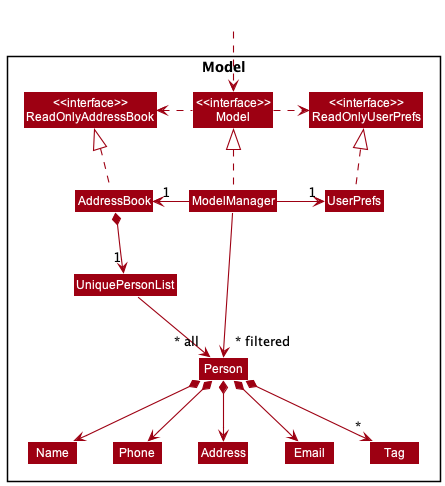
Above: docs/images/ModelClassDiagram.png in nus-cs2103-AY2223S2/tp (PlantUML), before the change.
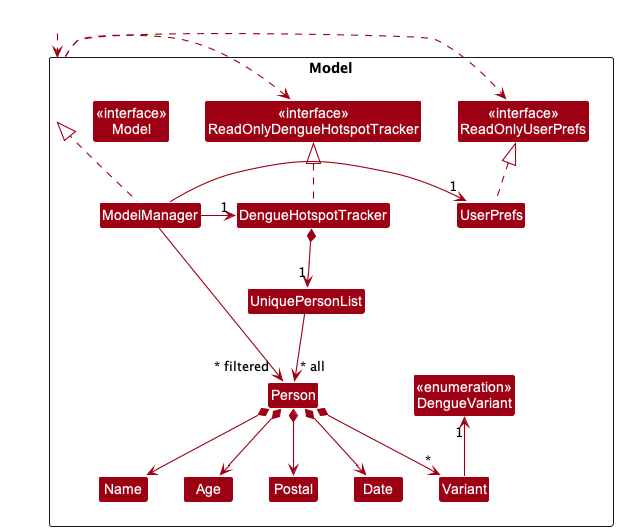
The same file after the commit.

Diff of the diagram source:
```diff
@@ -5,46 +5,48 @@
 skinparam classBackgroundColor MODEL_COLOR
 
 Package Model <<Rectangle>>{
-Class "<<interface>>\nReadOnlyAddressBook" as ReadOnlyAddressBook
+Class "<<interface>>\nReadOnlyDengueHotspotTracker" as ReadOnlyDengueHotspotTracker
 Class "<<interface>>\nReadOnlyUserPrefs" as ReadOnlyUserPrefs
 Class "<<interface>>\nModel" as Model
-Class AddressBook
+Class "<<enumeration>>\nDengueVariant" as DengueVariant
+Class DengueHotspotTracker
 Class ModelManager
 Class UserPrefs
 
 Class UniquePersonList
 Class Person
-Class Address
-Class Email
+Class Age
+Class Date
 Class Name
-Class Phone
-Class Tag
+Class Postal
+Class Variant
 
 }
 
 Class HiddenOutside #FFFFFF
 HiddenOutside ..> Model
 
-AddressBook .up.|> ReadOnlyAddressBook
+DengueHotspotTracker .up.|> ReadOnlyDengueHotspotTracker
 
 ModelManager .up.|> Model
 Model .right.> ReadOnlyUserPrefs
-Model .left.> ReadOnlyAddressBook
-ModelManager -left-> "1" AddressBook
+Model .left.> ReadOnlyDengueHotspotTracker
+ModelManager -left-> "1" DengueHotspotTracker
 ModelManager -right-> "1" UserPrefs
 UserPrefs .up.|> ReadOnlyUserPrefs
+Variant -up-> "1" DengueVariant
 
-AddressBook *--> "1" UniquePersonList
+DengueHotspotTracker *--> "1" UniquePersonList
 UniquePersonList --> "~* all" Person
 Person *--> Name
-Person *--> Phone
-Person *--> Email
-Person *--> Address
-Person *--> "*" Tag
+Person *--> Postal
+Person *--> Date
+Person *--> Age
+Person *--> "*" Variant
 
-Name -[hidden]right-> Phone
-Phone -[hidden]right-> Address
-Address -[hidden]right-> Email
+Name -[hidden]right-> Age
+Age -[hidden]right-> Postal
+Age -[hidden]right-> Variant
 
 ModelManager -->"~* filtered" Person
 @enduml
```
